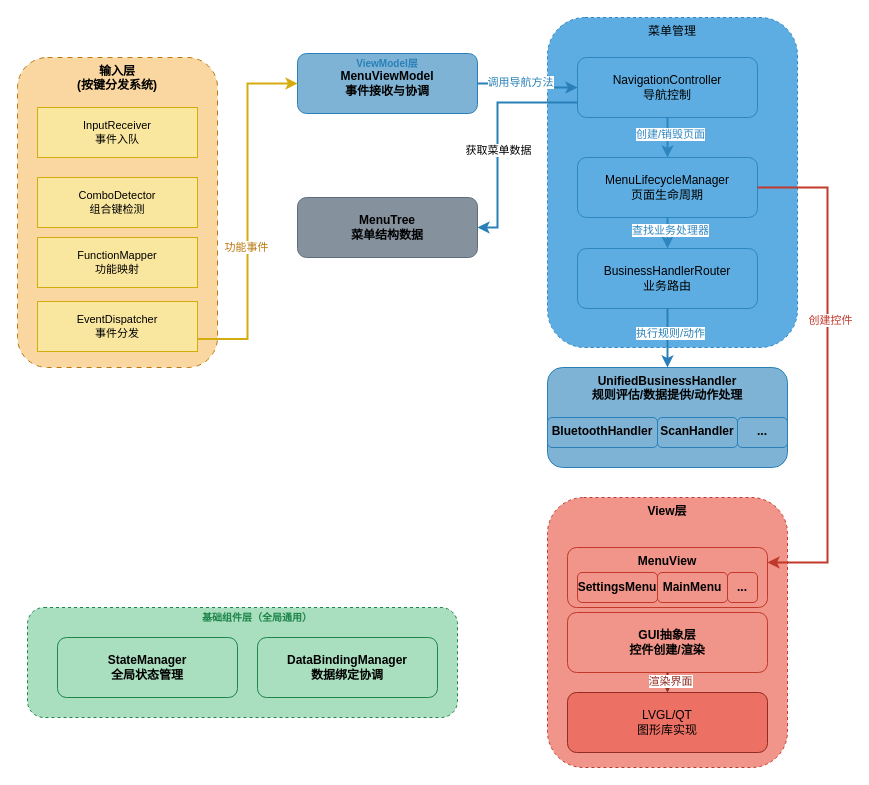
Earlier version of the draw.io diagram page "菜单分层图" (13 of 13) of PDR.drawio (liyunhao2/technology). Source tidied: cells renumbered, new cells numbered last; positions are measured from the earlier drawing's top-left corner, leaving out a move shared by most shapes. Both pictures are drawn from the tidied source at 100%, with x=0, y=0 at pixel (17, 17).
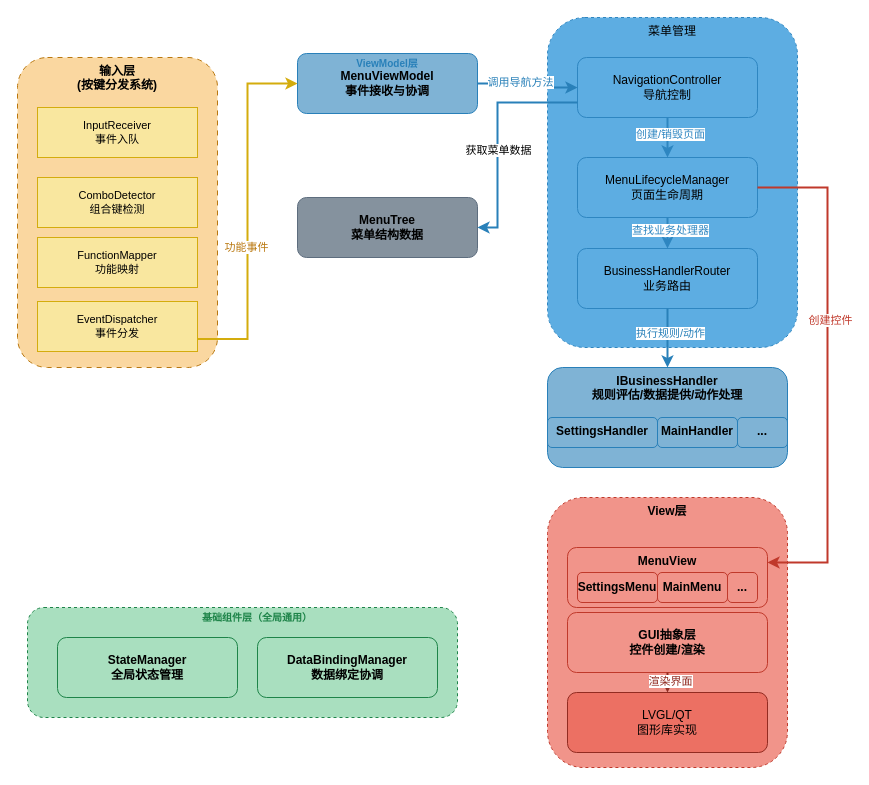
Above is the later version.

Diff of the diagram source:
```diff
@@
-    <mxCell id="13" value="UnifiedBusinessHandler&lt;br&gt;规则评估/数据提供/动作处理" style="rounded=1;whiteSpace=wrap;html=1;fillColor=#7FB3D5;strokeColor=#2980B9;fontSize=12;fontStyle=1;verticalAlign=top;" parent="1" vertex="1">
+    <mxCell id="13" value="IBusinessHandler&lt;br&gt;规则评估/数据提供/动作处理" style="rounded=1;whiteSpace=wrap;html=1;fillColor=#7FB3D5;strokeColor=#2980B9;fontSize=12;fontStyle=1;verticalAlign=top;" parent="1" vertex="1">
       <mxGeometry x="530" y="350" width="240" height="100" as="geometry" />
     </mxCell>
@@
-    <mxCell id="37" value="BluetoothHandler" style="rounded=1;whiteSpace=wrap;html=1;fillColor=#7FB3D5;strokeColor=#2980B9;fontSize=12;fontStyle=1;verticalAlign=top;" parent="1" vertex="1">
+    <mxCell id="37" value="SettingsHandler" style="rounded=1;whiteSpace=wrap;html=1;fillColor=#7FB3D5;strokeColor=#2980B9;fontSize=12;fontStyle=1;verticalAlign=top;" parent="1" vertex="1">
       <mxGeometry x="530" y="400" width="110" height="30" as="geometry" />
     </mxCell>
-    <mxCell id="38" value="ScanHandler" style="rounded=1;whiteSpace=wrap;html=1;fillColor=#7FB3D5;strokeColor=#2980B9;fontSize=12;fontStyle=1;verticalAlign=top;" parent="1" vertex="1">
+    <mxCell id="38" value="MainHandler" style="rounded=1;whiteSpace=wrap;html=1;fillColor=#7FB3D5;strokeColor=#2980B9;fontSize=12;fontStyle=1;verticalAlign=top;" parent="1" vertex="1">
       <mxGeometry x="640" y="400" width="80" height="30" as="geometry" />
     </mxCell>
```
